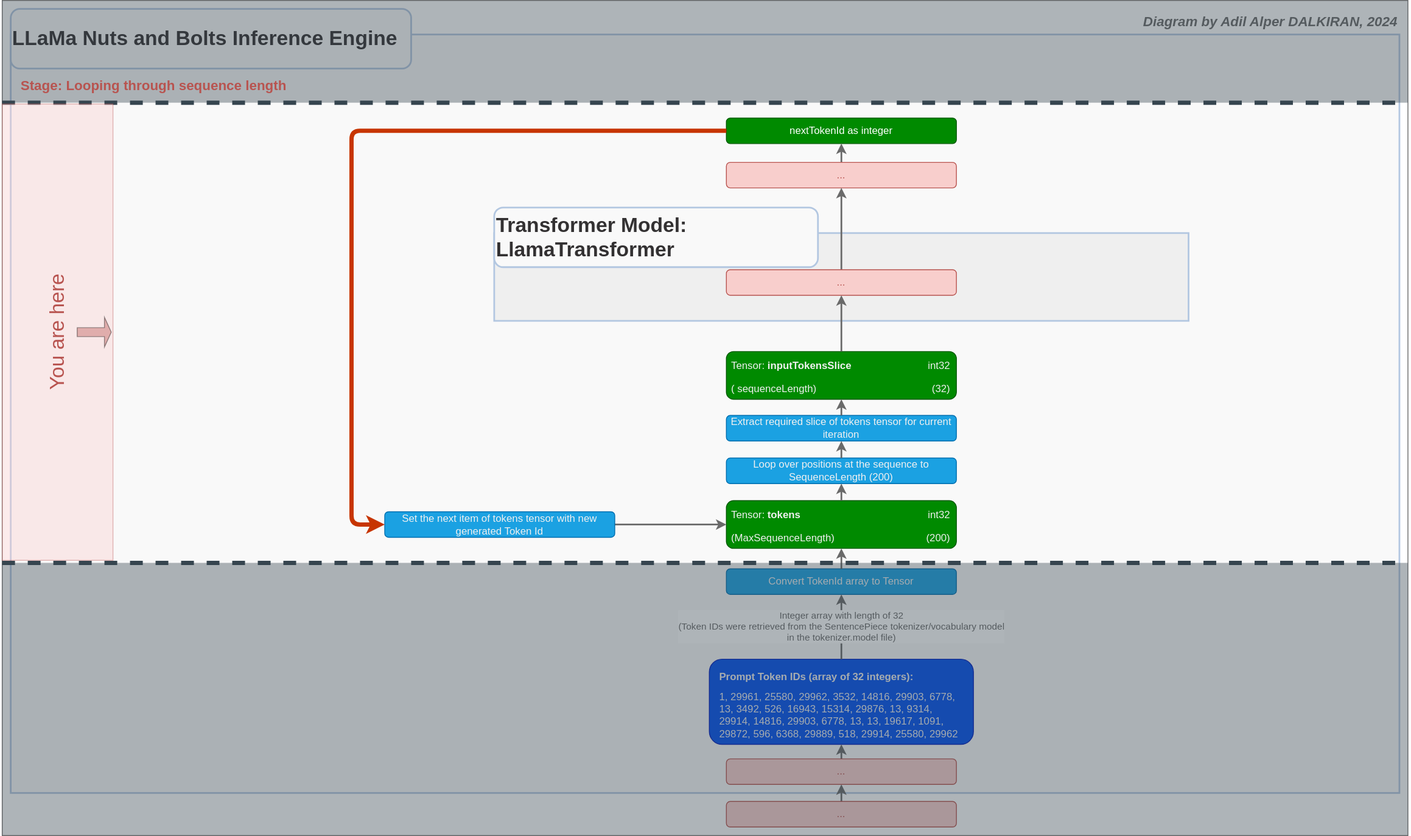
adalkiran/llama-nuts-and-bolts keeps this draw.io diagram as docs/images/DIAG01-STAGE03-looping-through-sequence-length.drawio.svg. Above is the earlier version. Source tidied: cells renumbered, new cells last; positions are measured from the earlier drawing's top-left corner, leaving out a move shared by most shapes.
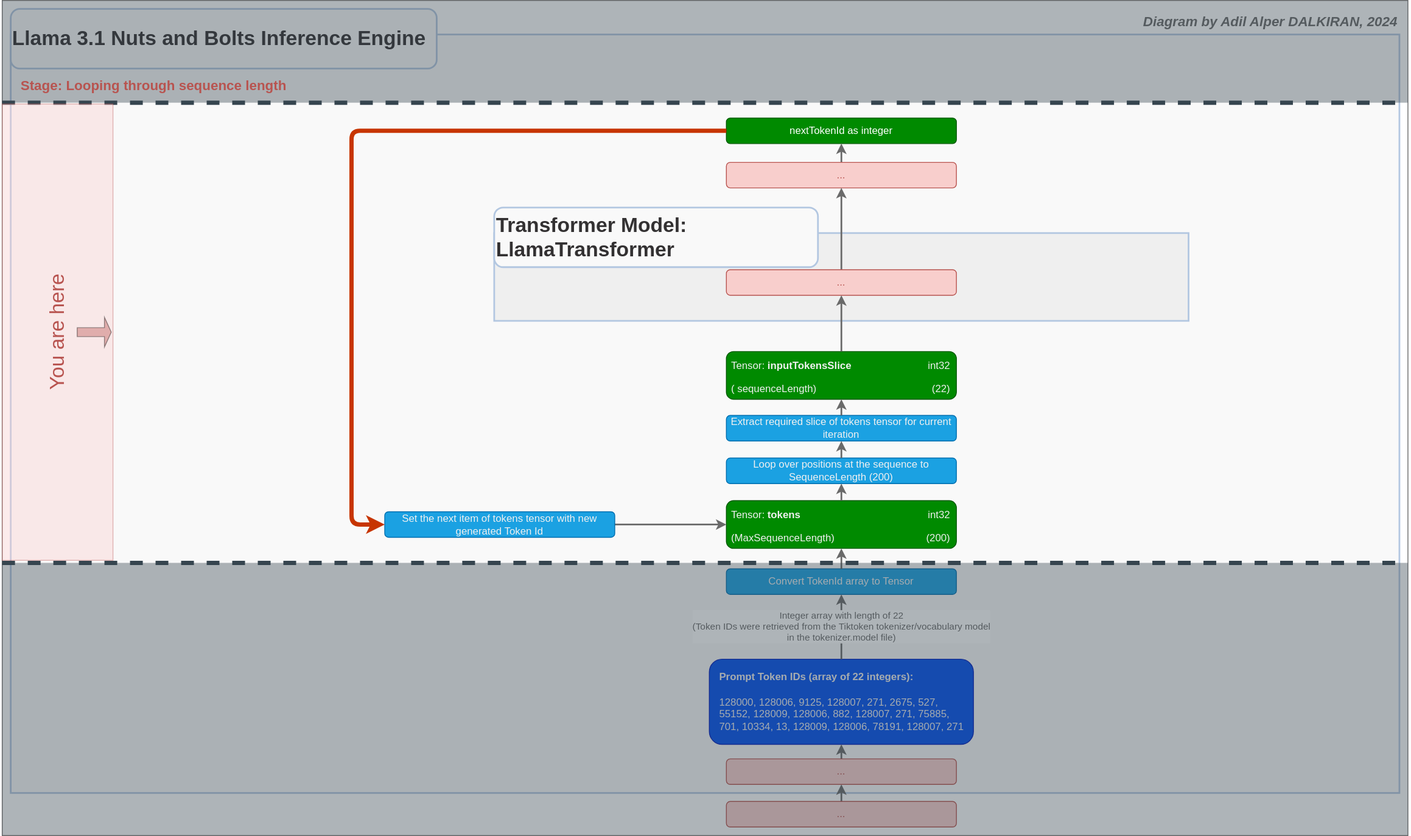
Above is the later version.

What changed in the source:
```diff
@@ -11,8 +11,8 @@
     <mxCell id="4" style="rounded=0;whiteSpace=wrap;html=1;verticalAlign=bottom;fillColor=#F9F9F9;strokeColor=#B3C7E1;strokeWidth=2;" parent="1" vertex="1">
       <mxGeometry x="213" y="40" width="1630" height="890" as="geometry" />
     </mxCell>
-    <mxCell id="5" value="&lt;span style=&quot;text-align: right;&quot;&gt;LLaMa Nuts and Bolts Inference Engine&lt;/span&gt;" style="text;strokeColor=#B3C7E1;fillColor=#F9F9F9;html=1;fontSize=24;fontStyle=1;verticalAlign=middle;align=left;fontColor=#333132;strokeWidth=2;rounded=1;glass=0;whiteSpace=wrap;" parent="1" vertex="1">
-      <mxGeometry x="213" y="10" width="470" height="70" as="geometry" />
+    <mxCell id="5" value="&lt;span style=&quot;text-align: right;&quot;&gt;Llama 3.1 Nuts and Bolts Inference Engine&lt;/span&gt;" style="text;strokeColor=#B3C7E1;fillColor=#F9F9F9;html=1;fontSize=24;fontStyle=1;verticalAlign=middle;align=left;fontColor=#333132;strokeWidth=2;rounded=1;glass=0;whiteSpace=wrap;" parent="1" vertex="1">
+      <mxGeometry x="213" y="10" width="500" height="70" as="geometry" />
     </mxCell>
     <mxCell id="6" style="group;" parent="1" vertex="1">
       <mxGeometry x="1033" y="773" width="310" height="100" as="geometry" />
@@ -26,19 +26,19 @@
     <mxCell id="9" style="shape=tableRow;horizontal=0;startSize=0;swimlaneHead=0;swimlaneBody=0;top=0;left=0;bottom=0;right=0;fillColor=none;" parent="8" vertex="1">
       <mxGeometry width="290" height="28" as="geometry" />
     </mxCell>
-    <mxCell id="10" value="&lt;b&gt;Prompt Token IDs (array of 32 integers):&lt;/b&gt;" style="shape=partialRectangle;html=1;whiteSpace=wrap;overflow=hidden;fillColor=none;top=0;left=0;bottom=0;right=0;align=left;fontColor=#F0F0F0;" parent="9" vertex="1">
+    <mxCell id="10" value="&lt;b style=&quot;border-color: var(--border-color);&quot;&gt;Prompt Token IDs (array of 22 integers):&lt;/b&gt;" style="shape=partialRectangle;html=1;whiteSpace=wrap;overflow=hidden;fillColor=none;top=0;left=0;bottom=0;right=0;align=left;fontColor=#F0F0F0;" parent="9" vertex="1">
       <mxGeometry width="290" height="28" as="geometry" />
     </mxCell>
     <mxCell id="11" style="shape=tableRow;horizontal=0;startSize=0;swimlaneHead=0;swimlaneBody=0;top=0;left=0;bottom=0;right=0;fillColor=none;" parent="8" vertex="1">
       <mxGeometry y="28" width="290" height="60" as="geometry" />
     </mxCell>
-    <mxCell id="12" value="1, 29961, 25580, 29962, 3532, 14816, 29903, 6778, 13, 3492, 526, 16943, 15314, 29876, 13, 9314, 29914, 14816, 29903, 6778, 13, 13, 19617, 1091, 29872, 596, 6368, 29889, 518, 29914, 25580, 29962" style="shape=partialRectangle;html=1;whiteSpace=wrap;overflow=hidden;fillColor=none;top=0;left=0;bottom=0;right=0;fontColor=#F0F0F0;align=left;" parent="11" vertex="1">
+    <mxCell id="12" value="128000, 128006, 9125, 128007, 271, 2675, 527, 55152, 128009, 128006, 882, 128007, 271, 75885, 701, 10334, 13, 128009, 128006, 78191, 128007, 271" style="shape=partialRectangle;html=1;whiteSpace=wrap;overflow=hidden;fillColor=none;top=0;left=0;bottom=0;right=0;fontColor=#F0F0F0;align=left;" parent="11" vertex="1">
       <mxGeometry width="290" height="60" as="geometry" />
     </mxCell>
     <mxCell id="13" value="Convert TokenId array to Tensor" style="rounded=1;whiteSpace=wrap;html=1;fillColor=#1ba1e2;fontColor=#F0F0F0;strokeColor=#006EAF;" parent="1" vertex="1">
       <mxGeometry x="1053" y="667" width="270" height="30" as="geometry" />
     </mxCell>
-    <mxCell id="14" value="&lt;div&gt;Integer array with length of 32&lt;/div&gt;&lt;div&gt;(Token IDs were retrieved from the SentencePiece tokenizer/vocabulary model&lt;/div&gt;&lt;div&gt;in the tokenizer.model file)&lt;/div&gt;" style="edgeStyle=none;shape=connector;rounded=1;html=1;exitX=0.5;exitY=0;exitDx=0;exitDy=0;labelBackgroundColor=default;strokeColor=#6A6A6A;strokeWidth=2;fontFamily=Helvetica;fontSize=11;fontColor=#6A6A6A;endArrow=classic;" parent="1" edge="1" source="7">
+    <mxCell id="14" value="&lt;div style=&quot;border-color: var(--border-color);&quot;&gt;Integer array with length of 22&lt;/div&gt;&lt;div style=&quot;border-color: var(--border-color);&quot;&gt;(Token IDs were retrieved from the Tiktoken tokenizer/vocabulary model&lt;/div&gt;&lt;div style=&quot;border-color: var(--border-color);&quot;&gt;in the tokenizer.model file)&lt;/div&gt;" style="edgeStyle=none;shape=connector;rounded=1;html=1;exitX=0.5;exitY=0;exitDx=0;exitDy=0;labelBackgroundColor=default;strokeColor=#6A6A6A;strokeWidth=2;fontFamily=Helvetica;fontSize=11;fontColor=#6A6A6A;endArrow=classic;" parent="1" edge="1" source="7">
       <mxGeometry relative="1" as="geometry">
         <mxPoint x="1188" y="697" as="targetPoint" />
       </mxGeometry>
@@ -109,7 +109,7 @@
     <mxCell id="36" value="(&lt;span style=&quot;font-size: 12px; text-align: center;&quot;&gt;sequenceLength)&lt;/span&gt;" style="shape=partialRectangle;html=1;whiteSpace=wrap;overflow=hidden;fillColor=none;top=0;left=0;bottom=0;right=0;fontFamily=Helvetica;fontSize=12;fontColor=#F0F0F0;align=left;verticalAlign=bottom;" parent="35" vertex="1">
       <mxGeometry width="179" height="31" as="geometry" />
     </mxCell>
-    <mxCell id="37" value="(32)" style="shape=partialRectangle;html=1;whiteSpace=wrap;overflow=hidden;fillColor=none;top=0;left=0;bottom=0;right=0;fontFamily=Helvetica;fontSize=12;fontColor=#F0F0F0;align=right;verticalAlign=bottom;" parent="35" vertex="1">
+    <mxCell id="37" value="(22)" style="shape=partialRectangle;html=1;whiteSpace=wrap;overflow=hidden;fillColor=none;top=0;left=0;bottom=0;right=0;fontFamily=Helvetica;fontSize=12;fontColor=#F0F0F0;align=right;verticalAlign=bottom;" parent="35" vertex="1">
       <mxGeometry x="179" width="82" height="31" as="geometry" />
     </mxCell>
     <mxCell id="38" style="edgeStyle=none;shape=connector;rounded=1;html=1;exitX=0.5;exitY=0;exitDx=0;exitDy=0;entryX=0.5;entryY=1;entryDx=0;entryDy=0;labelBackgroundColor=default;strokeColor=#6A6A6A;strokeWidth=2;fontFamily=Helvetica;fontSize=11;fontColor=#F0F0F0;endArrow=classic;" parent="1" edge="1" source="16" target="30">
```
